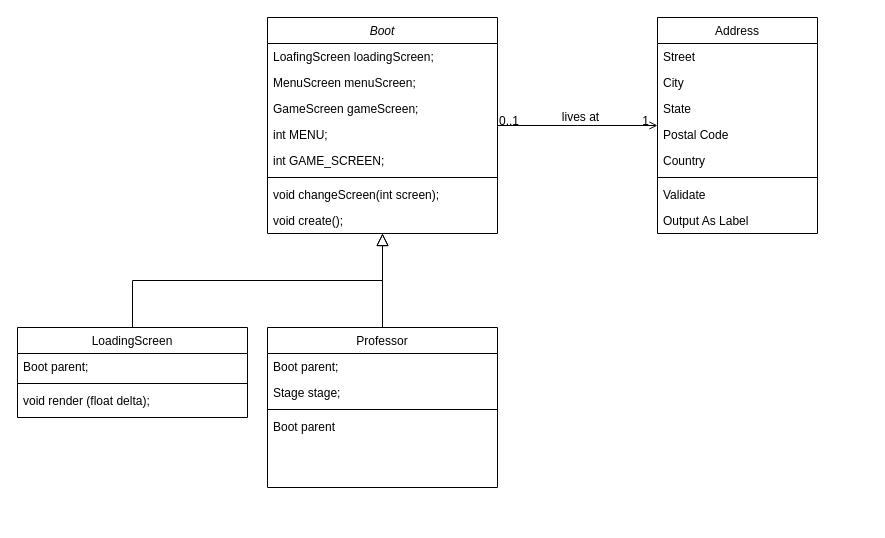
LuizGuilhermeNych/LibGDX_Fundamentos keeps this draw.io diagram as libgdx_fundamentos.drawio. Above is the earlier version. Source tidied: cells renumbered, new cells numbered last; positions are measured from the earlier drawing's top-left corner, leaving out a move shared by most shapes. Both pictures are drawn from the tidied source at 100%, with x=0, y=0 at pixel (17, 17).
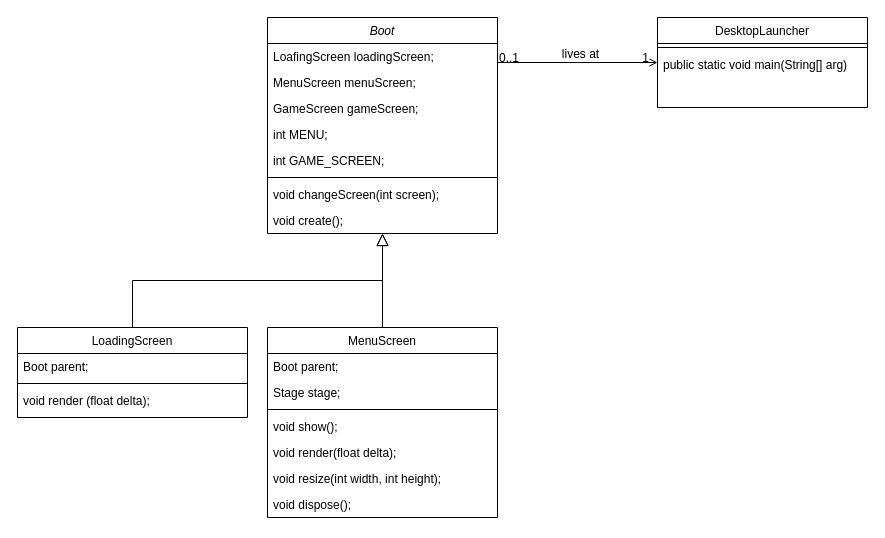
Above is the later version.

The edit, as a diff of the source:
```diff
@@
-    <mxCell id="16" value="Professor" style="swimlane;fontStyle=0;align=center;verticalAlign=top;horizontal=1;startSize=26;rounded=0;shadow=0;strokeWidth=1;" parent="1" vertex="1">
-      <mxGeometry x="250" y="310" width="230" height="160" as="geometry" />
+    <mxCell id="16" value="MenuScreen" style="swimlane;fontStyle=0;align=center;verticalAlign=top;horizontal=1;startSize=26;rounded=0;shadow=0;strokeWidth=1;" parent="1" vertex="1">
+      <mxGeometry x="250" y="310" width="230" height="190" as="geometry" />
     </mxCell>
@@
-    <mxCell id="20" value="Boot parent" style="text;align=left;verticalAlign=top;spacingLeft=4;spacingRight=4;overflow=hidden;" parent="16" vertex="1">
+    <mxCell id="20" value="void show();" style="text;align=left;verticalAlign=top;spacingLeft=4;spacingRight=4;overflow=hidden;" parent="16" vertex="1">
       <mxGeometry y="86" width="230" height="26" as="geometry" />
     </mxCell>
+    <mxCell id="35" value="void render(float delta);" style="text;align=left;verticalAlign=top;spacingLeft=4;spacingRight=4;overflow=hidden;" parent="16" vertex="1">
+      <mxGeometry y="112" width="230" height="26" as="geometry" />
+    </mxCell>
+    <mxCell id="36" value="void resize(int width, int height);" style="text;align=left;verticalAlign=top;spacingLeft=4;spacingRight=4;overflow=hidden;" parent="16" vertex="1">
+      <mxGeometry y="138" width="230" height="26" as="geometry" />
+    </mxCell>
+    <mxCell id="37" value="void dispose();" style="text;align=left;verticalAlign=top;spacingLeft=4;spacingRight=4;overflow=hidden;" parent="16" vertex="1">
+      <mxGeometry y="164" width="230" height="26" as="geometry" />
+    </mxCell>
@@
-    <mxCell id="22" value="Address" style="swimlane;fontStyle=0;align=center;verticalAlign=top;horizontal=1;startSize=26;rounded=0;shadow=0;strokeWidth=1;" parent="1" vertex="1">
-      <mxGeometry x="640" width="160" height="216" as="geometry" />
+    <mxCell id="22" value="DesktopLauncher" style="swimlane;fontStyle=0;align=center;verticalAlign=top;horizontal=1;startSize=26;rounded=0;shadow=0;strokeWidth=1;" parent="1" vertex="1">
+      <mxGeometry x="640" width="210" height="90" as="geometry" />
     </mxCell>
-    <mxCell id="23" value="Street" style="text;align=left;verticalAlign=top;spacingLeft=4;spacingRight=4;overflow=hidden;" parent="22" vertex="1">
-      <mxGeometry y="26" width="160" height="26" as="geometry" />
-    </mxCell>
-    <mxCell id="24" value="City" style="text;align=left;verticalAlign=top;spacingLeft=4;spacingRight=4;overflow=hidden;rounded=0;shadow=0;html=0;" parent="22" vertex="1">
-      <mxGeometry y="52" width="160" height="26" as="geometry" />
-    </mxCell>
-    <mxCell id="25" value="State" style="text;align=left;verticalAlign=top;spacingLeft=4;spacingRight=4;overflow=hidden;rounded=0;shadow=0;html=0;" parent="22" vertex="1">
-      <mxGeometry y="78" width="160" height="26" as="geometry" />
-    </mxCell>
-    <mxCell id="26" value="Postal Code" style="text;align=left;verticalAlign=top;spacingLeft=4;spacingRight=4;overflow=hidden;rounded=0;shadow=0;html=0;" parent="22" vertex="1">
-      <mxGeometry y="104" width="160" height="26" as="geometry" />
-    </mxCell>
-    <mxCell id="27" value="Country" style="text;align=left;verticalAlign=top;spacingLeft=4;spacingRight=4;overflow=hidden;rounded=0;shadow=0;html=0;" parent="22" vertex="1">
-      <mxGeometry y="130" width="160" height="26" as="geometry" />
-    </mxCell>
     <mxCell id="28" style="line;html=1;strokeWidth=1;align=left;verticalAlign=middle;spacingTop=-1;spacingLeft=3;spacingRight=3;labelPosition=right;" parent="22" vertex="1">
-      <mxGeometry y="156" width="160" height="8" as="geometry" />
+      <mxGeometry y="26" width="210" height="8" as="geometry" />
     </mxCell>
-    <mxCell id="29" value="Validate" style="text;align=left;verticalAlign=top;spacingLeft=4;spacingRight=4;overflow=hidden;" parent="22" vertex="1">
-      <mxGeometry y="164" width="160" height="26" as="geometry" />
-    </mxCell>
-    <mxCell id="30" value="Output As Label" style="text;align=left;verticalAlign=top;spacingLeft=4;spacingRight=4;overflow=hidden;" parent="22" vertex="1">
-      <mxGeometry y="190" width="160" height="26" as="geometry" />
+    <mxCell id="30" value="public static void main(String[] arg)" style="text;align=left;verticalAlign=top;spacingLeft=4;spacingRight=4;overflow=hidden;" parent="22" vertex="1">
+      <mxGeometry y="34" width="210" height="26" as="geometry" />
     </mxCell>
```
